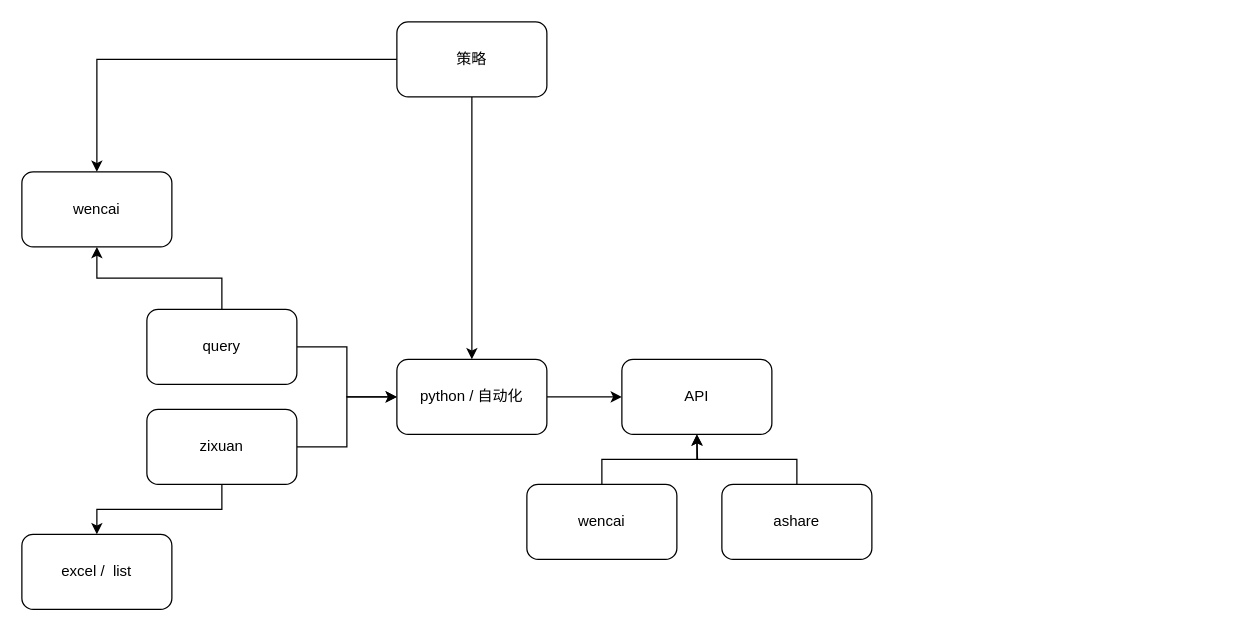
Above: menus/python量化.drawio in Asamiyaa/microservice-k8s-yun (draw.io), before the change. Source tidied: cells renumbered, new cells numbered last; positions are measured from the earlier drawing's top-left corner, leaving out a move shared by most shapes. Both pictures are drawn from the tidied source at 125%, with x=0, y=0 at pixel (21, 21).
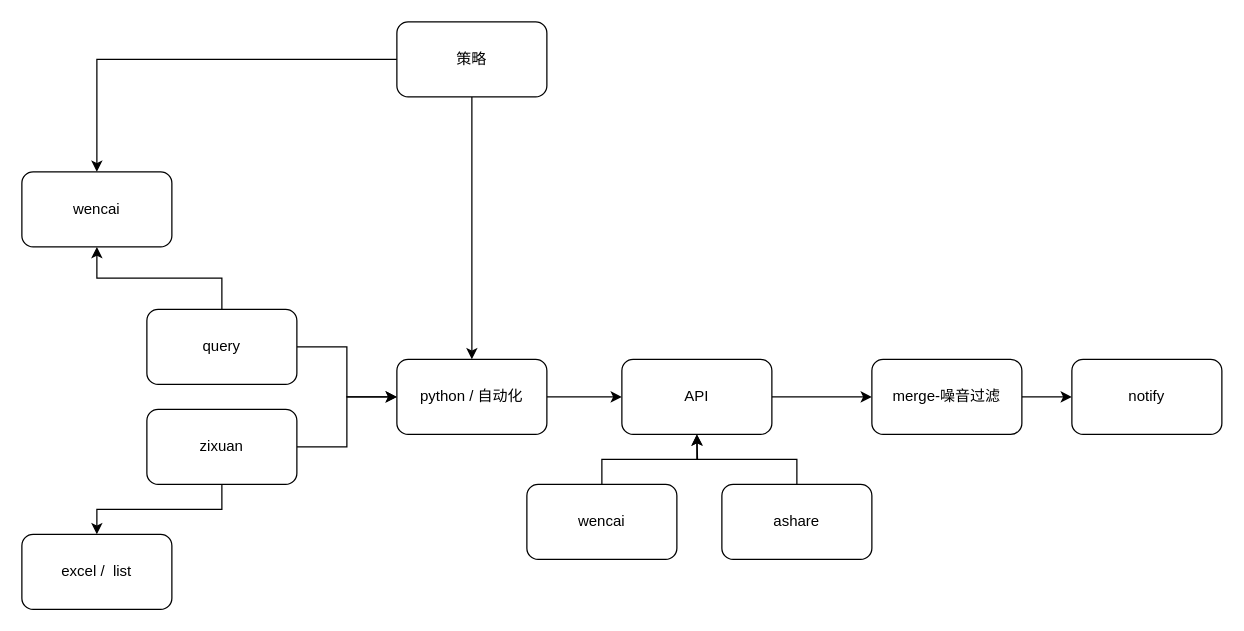
Above is the later version.

The change refers to these unchanged cells:
```xml
<mxCell id="15" value="API" style="rounded=1;whiteSpace=wrap;html=1;" parent="1" vertex="1">
  <mxGeometry x="480" y="270" width="120" height="60" as="geometry" />
</mxCell>
```

Change to the diagram source:
```diff
@@
+    <mxCell id="20" style="edgeStyle=orthogonalEdgeStyle;rounded=0;jettySize=auto;html=1;exitX=1;exitY=0.5;exitDx=0;exitDy=0;" parent="1" edge="1" source="15" target="22">
+      <mxGeometry relative="1" as="geometry" />
+    </mxCell>
@@
+    <mxCell id="21" style="edgeStyle=orthogonalEdgeStyle;rounded=0;jettySize=auto;html=1;exitX=1;exitY=0.5;exitDx=0;exitDy=0;" parent="1" edge="1" source="22" target="23">
+      <mxGeometry relative="1" as="geometry" />
+    </mxCell>
+    <mxCell id="22" value="merge-噪音过滤" style="rounded=1;whiteSpace=wrap;html=1;" parent="1" vertex="1">
+      <mxGeometry x="680" y="270" width="120" height="60" as="geometry" />
+    </mxCell>
+    <mxCell id="23" value="notify" style="rounded=1;whiteSpace=wrap;html=1;" parent="1" vertex="1">
+      <mxGeometry x="840" y="270" width="120" height="60" as="geometry" />
+    </mxCell>
```
